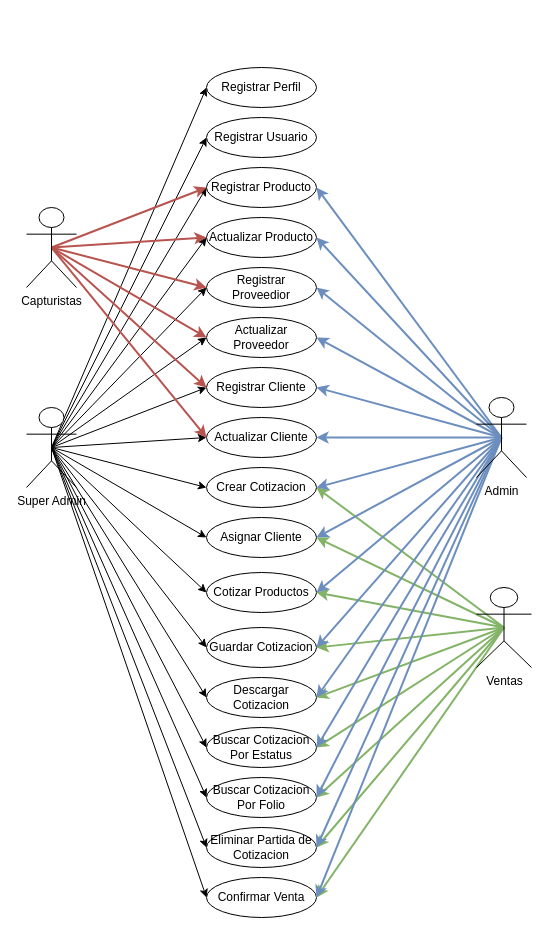
This is Version uno.drawio from KAI1718/practicas, a draw.io file, before an edit. Source tidied: cells renumbered, new cells numbered last; positions are measured from the earlier drawing's top-left corner, leaving out a move shared by most shapes. Both pictures are drawn from the tidied source at 100%, with x=0, y=0 at pixel (26, 67).
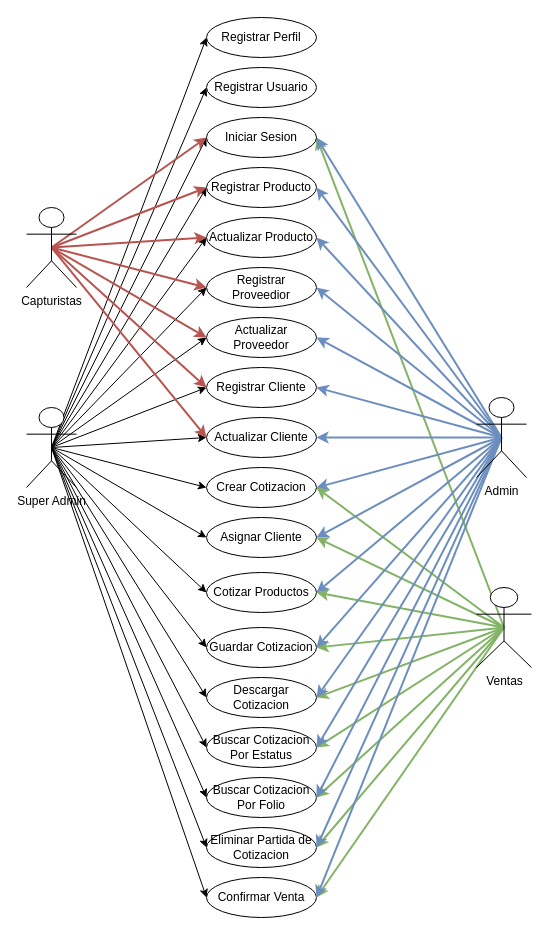
Above is the later version.

Unchanged cells that the change refers to:
```xml
<mxCell id="36" value="Super Admin" style="shape=umlActor;verticalLabelPosition=bottom;verticalAlign=top;html=1;outlineConnect=0;" parent="1" vertex="1">
  <mxGeometry y="340" width="50" height="80" as="geometry" />
</mxCell>
<mxCell id="43" value="Capturistas" style="shape=umlActor;verticalLabelPosition=bottom;verticalAlign=top;html=1;outlineConnect=0;" parent="1" vertex="1">
  <mxGeometry y="140" width="50" height="80" as="geometry" />
</mxCell>
<mxCell id="53" value="Ventas" style="shape=umlActor;verticalLabelPosition=bottom;verticalAlign=top;html=1;outlineConnect=0;" parent="1" vertex="1">
  <mxGeometry x="450" y="520" width="55" height="80" as="geometry" />
</mxCell>
<mxCell id="69" value="Admin" style="shape=umlActor;verticalLabelPosition=bottom;verticalAlign=top;html=1;outlineConnect=0;" parent="1" vertex="1">
  <mxGeometry x="450" y="330" width="50" height="80" as="geometry" />
</mxCell>
```

Change to the diagram source:
```diff
@@
     <mxCell id="2" value="Registrar Usuario" style="ellipse;whiteSpace=wrap;html=1;" parent="1" vertex="1">
-      <mxGeometry x="180" y="50" width="110" height="40" as="geometry" />
+      <mxGeometry x="180" width="110" height="40" as="geometry" />
     </mxCell>
     <mxCell id="3" value="Registrar Perfil" style="ellipse;whiteSpace=wrap;html=1;" parent="1" vertex="1">
-      <mxGeometry x="180" width="110" height="40" as="geometry" />
+      <mxGeometry x="180" y="-50" width="110" height="40" as="geometry" />
     </mxCell>
@@
+    <mxCell id="70" style="rounded=0;jettySize=auto;html=1;exitX=0.5;exitY=0.5;exitDx=0;exitDy=0;exitPerimeter=0;entryX=0;entryY=0.5;entryDx=0;entryDy=0;" parent="1" edge="1" source="36" target="74">
+      <mxGeometry relative="1" as="geometry" />
+    </mxCell>
@@
+    <mxCell id="71" style="rounded=0;jettySize=auto;html=1;exitX=0.5;exitY=0.5;exitDx=0;exitDy=0;exitPerimeter=0;entryX=0;entryY=0.5;entryDx=0;entryDy=0;fillColor=#f8cecc;strokeColor=#b85450;strokeWidth=2;" parent="1" edge="1" source="43" target="74">
+      <mxGeometry relative="1" as="geometry" />
+    </mxCell>
@@
+    <mxCell id="72" style="rounded=0;jettySize=auto;html=1;exitX=0.5;exitY=0.5;exitDx=0;exitDy=0;exitPerimeter=0;entryX=1;entryY=0.5;entryDx=0;entryDy=0;fillColor=#d5e8d4;strokeColor=#82b366;strokeWidth=2;" parent="1" edge="1" source="53" target="74">
+      <mxGeometry relative="1" as="geometry" />
+    </mxCell>
@@
+    <mxCell id="73" style="rounded=0;jettySize=auto;html=1;exitX=0.5;exitY=0.5;exitDx=0;exitDy=0;exitPerimeter=0;entryX=1;entryY=0.5;entryDx=0;entryDy=0;fillColor=#dae8fc;strokeColor=#6c8ebf;strokeWidth=2;" parent="1" edge="1" source="69" target="74">
+      <mxGeometry relative="1" as="geometry" />
+    </mxCell>
@@
+    <mxCell id="74" value="Iniciar Sesion" style="ellipse;whiteSpace=wrap;html=1;" parent="1" vertex="1">
+      <mxGeometry x="180" y="50" width="110" height="40" as="geometry" />
+    </mxCell>
```
